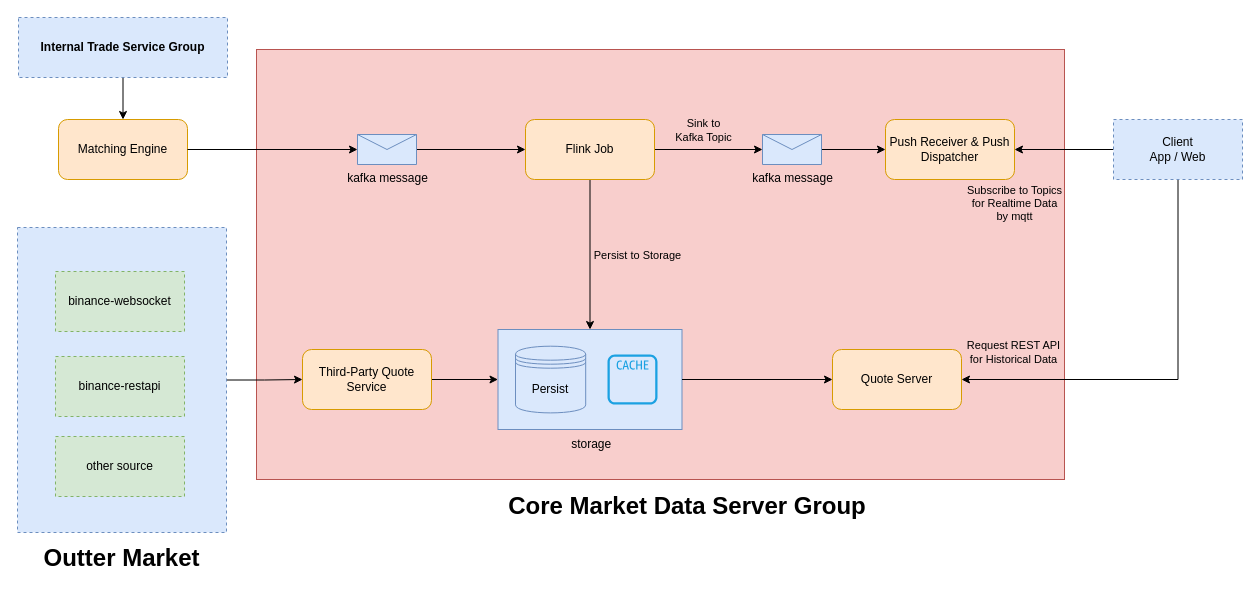
Before: project/market/market.drawio in xukyle-area/novena, a draw.io diagram. Source tidied: cells renumbered, new cells numbered last; positions are measured from the earlier drawing's top-left corner, leaving out a move shared by most shapes. Both pictures are drawn from the tidied source at 100%, with x=0, y=0 at pixel (17, 17).
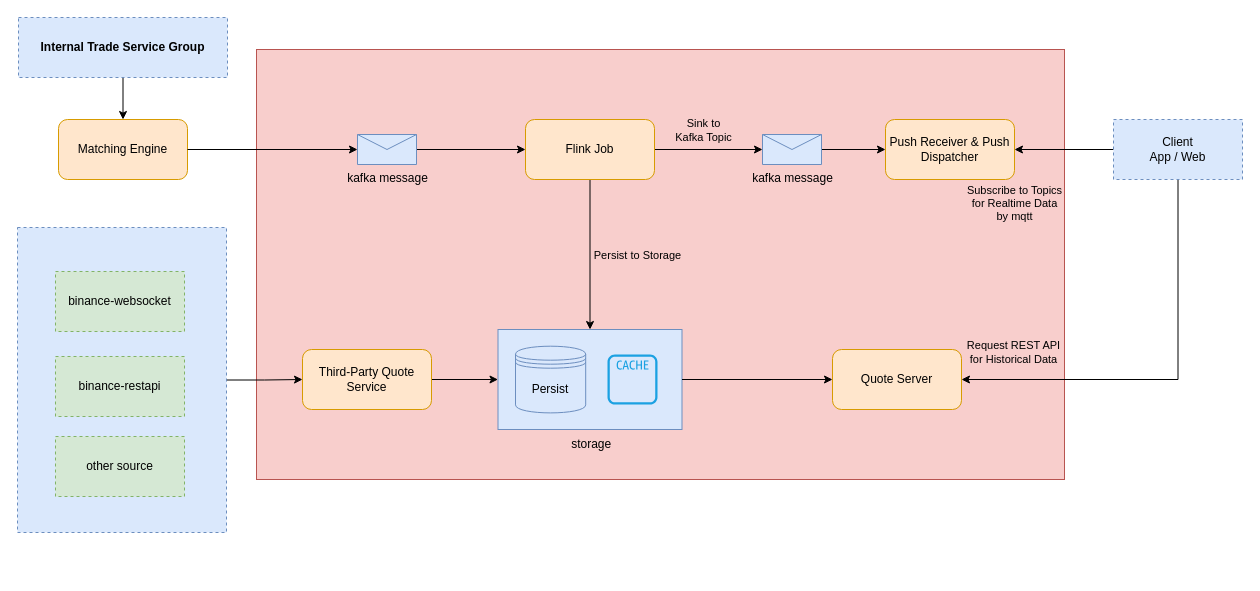
The same diagram, later.

Unchanged cells that the change refers to:
```xml
<mxCell id="11" style="group;" parent="1" vertex="1">
  <mxGeometry y="210" width="223" height="346" as="geometry" />
</mxCell>
```

Change to the diagram source:
```diff
@@
-    <mxCell id="16" value="&lt;b&gt;&lt;font style=&quot;font-size: 24px;&quot;&gt;Outter Market&lt;/font&gt;&lt;/b&gt;" style="text;html=1;align=center;verticalAlign=middle;whiteSpace=wrap;rounded=0;" parent="11" vertex="1">
-      <mxGeometry x="15" y="316" width="179" height="30" as="geometry" />
-    </mxCell>
@@
-    <mxCell id="38" value="&lt;b&gt;&lt;font style=&quot;font-size: 24px;&quot;&gt;Core Market Data Server Group&lt;/font&gt;&lt;/b&gt;" style="text;html=1;align=center;verticalAlign=middle;whiteSpace=wrap;rounded=0;" parent="1" vertex="1">
-      <mxGeometry x="471.5" y="465" width="395.5" height="47" as="geometry" />
-    </mxCell>
```
